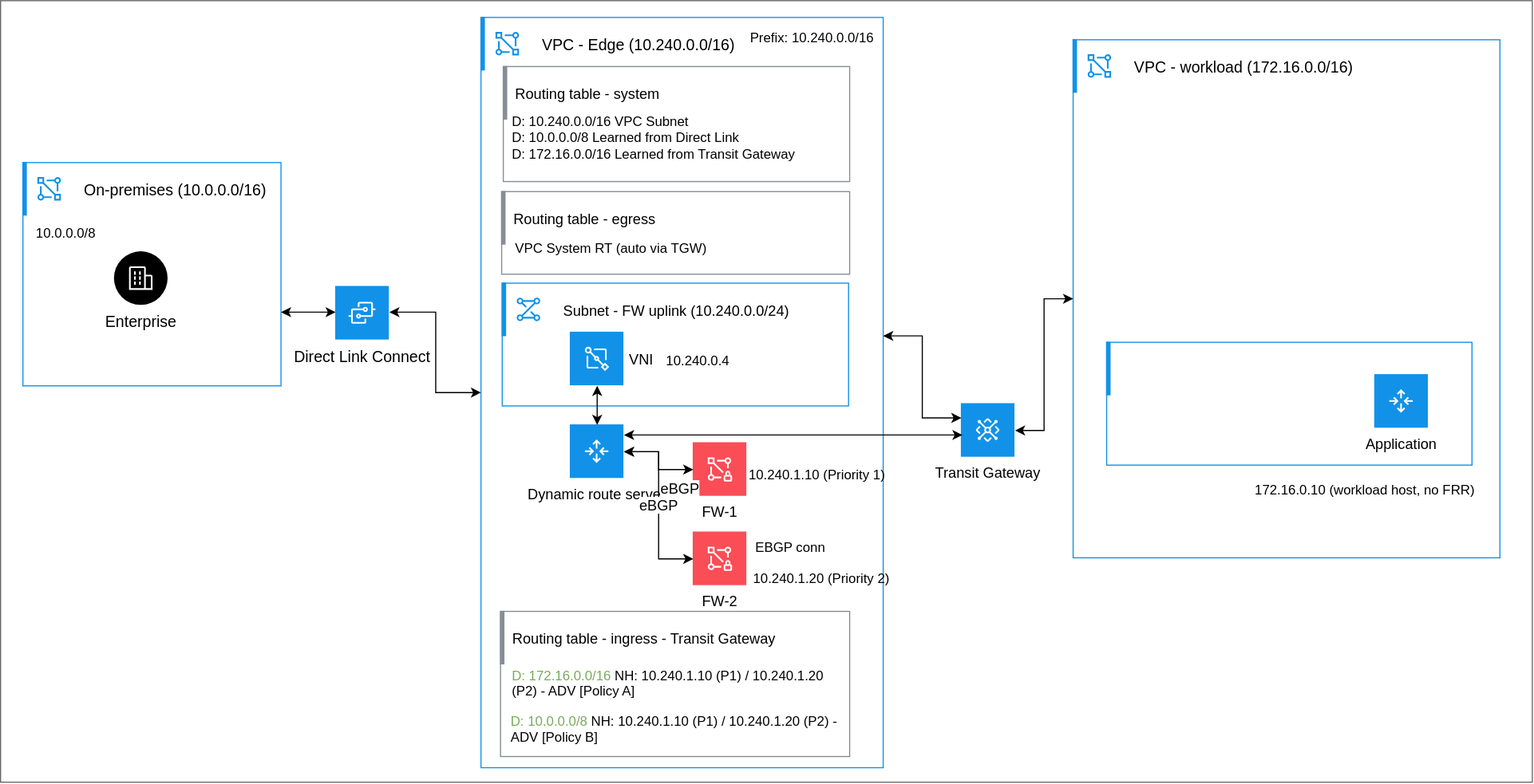
This is images/drs-dual-firewalls-priority-failover.svg from ibm-cloud-docs/vpc, a draw.io export, as it was before one commit. Source tidied: cells renumbered, new cells last; positions are measured from the earlier drawing's top-left corner, leaving out a move shared by most shapes.
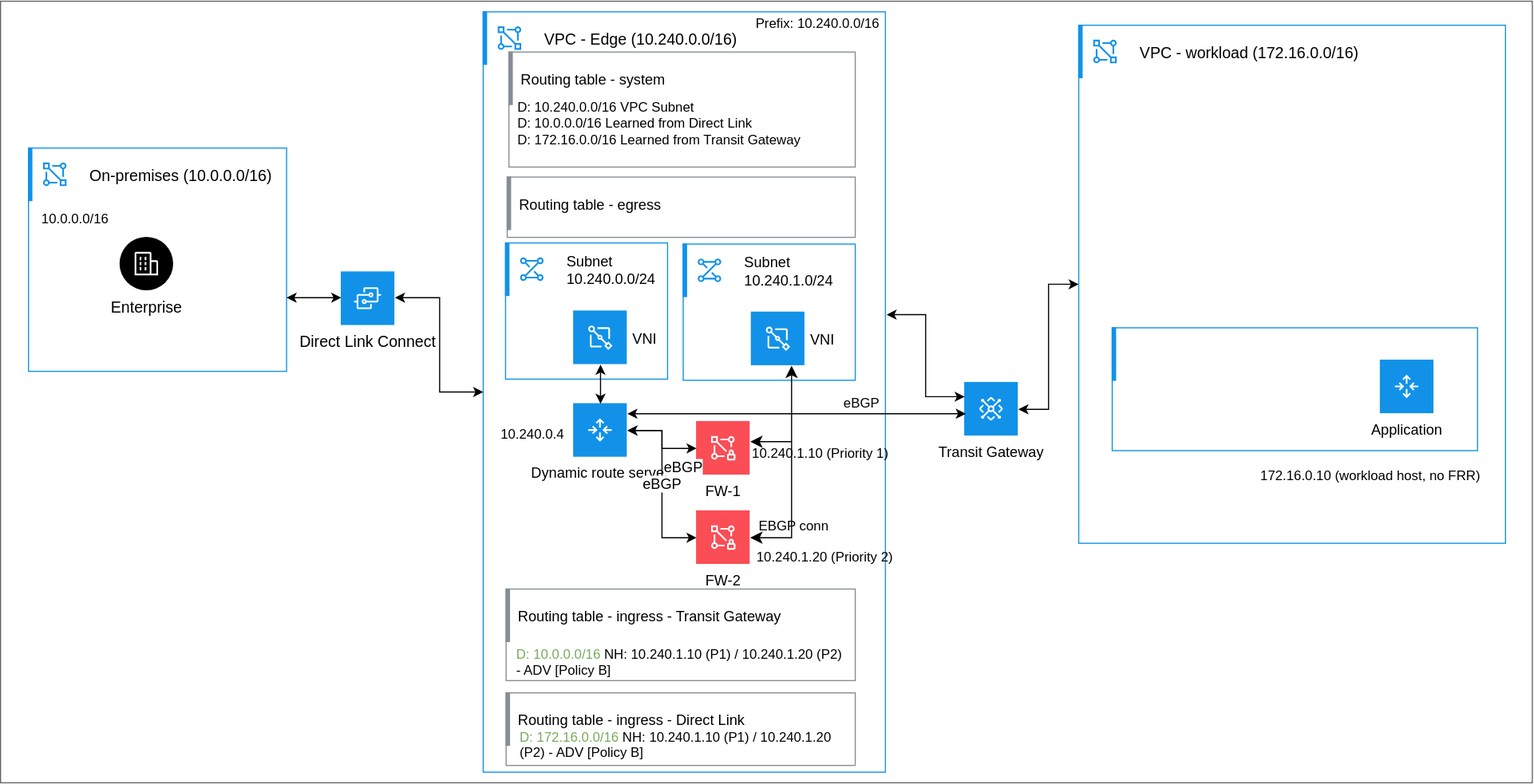
After the commit.

What changed in the source:
```diff
@@ -3,10 +3,10 @@
     <mxCell id="0" />
     <mxCell id="1" parent="0" />
     <mxCell id="2" style="rounded=0;whiteSpace=wrap;html=1;strokeColor=#666666;" parent="1" vertex="1">
-      <mxGeometry width="1371" height="700" as="geometry" />
+      <mxGeometry x="-5" y="13.5" width="1371" height="700" as="geometry" />
     </mxCell>
     <mxCell id="3" style="html=1;whiteSpace=wrap;strokeColor=#1192E8;fillColor=none;strokeWidth=1;" parent="1" vertex="1">
-      <mxGeometry x="430" y="15" width="360" height="672" as="geometry" />
+      <mxGeometry x="427" y="23" width="360" height="681" as="geometry" />
     </mxCell>
     <mxCell id="4" value="VPC - Edge (10.240.0.0/16)" style="shape=rect;fillColor=none;labelPosition=right;verticalLabelPosition=middle;align=left;verticalAlign=middle;strokeColor=none;spacingLeft=5;fontSize=14;" parent="3" vertex="1">
       <mxGeometry width="48" height="48" relative="1" as="geometry" />
@@ -28,22 +28,19 @@
     <mxCell id="9" value="Routing table - system" style="shape=rect;fillColor=#878D96;labelPosition=right;verticalLabelPosition=middle;align=left;verticalAlign=middle;strokeColor=none;spacingLeft=5;fontSize=13;" parent="8" vertex="1">
       <mxGeometry width="4" height="48" relative="1" as="geometry" />
     </mxCell>
-    <mxCell id="10" value="D: 10.240.0.0/16 VPC Subnet&lt;br&gt;D: 10.0.0.0/8 Learned from Direct Link&lt;br&gt;D: 172.16.0.0/16 Learned from Transit Gateway" style="text;html=1;align=left;verticalAlign=top;whiteSpace=wrap;rounded=0;fontSize=12;" parent="1" vertex="1">
+    <mxCell id="10" value="D: 10.240.0.0/16 VPC Subnet&lt;br&gt;D: 10.0.0.0/16 Learned from Direct Link&lt;br&gt;D: 172.16.0.0/16 Learned from Transit Gateway" style="text;html=1;align=left;verticalAlign=top;whiteSpace=wrap;rounded=0;fontSize=12;" parent="1" vertex="1">
       <mxGeometry x="456" y="95" width="295" height="60" as="geometry" />
     </mxCell>
     <mxCell id="11" style="html=1;whiteSpace=wrap;strokeColor=#878D96;fillColor=none;strokeWidth=1;" parent="1" vertex="1">
-      <mxGeometry x="448.5" y="171" width="311.5" height="74" as="geometry" />
+      <mxGeometry x="448.5" y="171" width="311.5" height="54" as="geometry" />
     </mxCell>
     <mxCell id="12" value="Routing table - egress" style="shape=rect;fillColor=#878D96;labelPosition=right;verticalLabelPosition=middle;align=left;verticalAlign=middle;strokeColor=none;spacingLeft=5;fontSize=13;" parent="11" vertex="1">
       <mxGeometry width="4" height="48" relative="1" as="geometry" />
     </mxCell>
-    <mxCell id="13" value="VPC System RT (auto via TGW)" style="text;html=1;align=left;verticalAlign=top;whiteSpace=wrap;rounded=0;fontSize=12;" parent="1" vertex="1">
-      <mxGeometry x="458.5" y="208" width="295" height="20" as="geometry" />
-    </mxCell>
     <mxCell id="14" style="html=1;whiteSpace=wrap;strokeColor=#1192E8;fillColor=none;strokeWidth=1;" parent="1" vertex="1">
-      <mxGeometry x="449" y="253" width="310" height="110" as="geometry" />
+      <mxGeometry x="447" y="230" width="145" height="122" as="geometry" />
     </mxCell>
-    <mxCell id="15" value="Subnet - FW uplink (10.240.0.0/24)" style="shape=rect;fillColor=none;labelPosition=right;verticalLabelPosition=middle;align=left;verticalAlign=middle;strokeColor=none;spacingLeft=5;fontSize=13;" parent="14" vertex="1">
+    <mxCell id="15" value="Subnet &#10;10.240.0.0/24" style="shape=rect;fillColor=none;labelPosition=right;verticalLabelPosition=middle;align=left;verticalAlign=middle;strokeColor=none;spacingLeft=5;fontSize=13;" parent="14" vertex="1">
       <mxGeometry width="48" height="48" relative="1" as="geometry" />
     </mxCell>
     <mxCell id="16" style="fillColor=#1192E8;shape=mxgraph.ibm_cloud.ibm-cloud--subnets;strokeColor=none;dashed=0;html=1;labelPosition=center;verticalLabelPosition=bottom;verticalAlign=top;" parent="15" vertex="1">
@@ -55,7 +52,7 @@
       <mxGeometry width="4" height="48" relative="1" as="geometry" />
     </mxCell>
     <mxCell id="18" value="VNI" style="shape=rect;fillColor=#1192E8;labelPosition=right;verticalLabelPosition=middle;align=left;verticalAlign=middle;strokeColor=none;fontSize=13;spacing=5;" parent="1" vertex="1">
-      <mxGeometry x="510" y="297" width="48" height="48" as="geometry" />
+      <mxGeometry x="508" y="291" width="48" height="48" as="geometry" />
     </mxCell>
     <mxCell id="19" style="fillColor=#ffffff;strokeColor=none;dashed=0;html=1;labelPosition=center;verticalLabelPosition=bottom;verticalAlign=top;shape=mxgraph.ibm_cloud.network-interface;" parent="18" vertex="1">
       <mxGeometry width="24" height="24" relative="1" as="geometry">
@@ -63,10 +60,10 @@
       </mxGeometry>
     </mxCell>
     <mxCell id="20" value="10.240.0.4" style="text;html=1;align=left;verticalAlign=top;whiteSpace=wrap;rounded=0;fontSize=12;" parent="1" vertex="1">
-      <mxGeometry x="594" y="309" width="71" height="20" as="geometry" />
+      <mxGeometry x="441" y="388" width="60" height="20" as="geometry" />
     </mxCell>
     <mxCell id="21" value="Dynamic route server" style="shape=rect;fillColor=#1192E8;labelPosition=center;verticalLabelPosition=bottom;align=center;verticalAlign=top;strokeColor=none;fontSize=13;" parent="1" vertex="1">
-      <mxGeometry x="510" y="380" width="48" height="48" as="geometry" />
+      <mxGeometry x="508" y="374" width="48" height="48" as="geometry" />
     </mxCell>
     <mxCell id="22" style="fillColor=#ffffff;strokeColor=none;dashed=0;html=1;labelPosition=center;verticalLabelPosition=bottom;verticalAlign=top;shape=mxgraph.ibm_cloud.router;" parent="21" vertex="1">
       <mxGeometry width="24" height="24" relative="1" as="geometry">
@@ -77,7 +74,7 @@
       <mxGeometry relative="1" as="geometry" />
     </mxCell>
     <mxCell id="24" value="FW-1" style="shape=rect;fillColor=#FA4D56;labelPosition=center;verticalLabelPosition=bottom;align=center;verticalAlign=top;strokeColor=none;fontSize=13;" parent="1" vertex="1">
-      <mxGeometry x="620" y="396" width="48" height="48" as="geometry" />
+      <mxGeometry x="618" y="390" width="48" height="48" as="geometry" />
     </mxCell>
     <mxCell id="25" style="fillColor=#ffffff;strokeColor=none;dashed=0;html=1;labelPosition=center;verticalLabelPosition=bottom;verticalAlign=top;shape=mxgraph.ibm_cloud.ibm--vpn-for-vpc;" parent="24" vertex="1">
       <mxGeometry width="24" height="24" relative="1" as="geometry">
@@ -85,25 +82,22 @@
       </mxGeometry>
     </mxCell>
     <mxCell id="26" value="10.240.1.10 (Priority 1)" style="text;html=1;align=left;verticalAlign=top;whiteSpace=wrap;rounded=0;fontSize=12;" parent="1" vertex="1">
-      <mxGeometry x="668" y="411" width="133" height="20" as="geometry" />
+      <mxGeometry x="666" y="405" width="133" height="20" as="geometry" />
     </mxCell>
     <mxCell id="27" value="eBGP" style="html=1;labelBackgroundColor=#ffffff;jettySize=auto;fontSize=13;rounded=0;jumpStyle=gap;edgeStyle=orthogonalEdgeStyle;startArrow=classic;endArrow=classic;strokeWidth=1;startFill=1;endFill=1;sourcePerimeterSpacing=3;targetPerimeterSpacing=3;exitX=1;exitY=0.5;exitDx=0;exitDy=0;entryX=0;entryY=0.5;entryDx=0;entryDy=0;" parent="1" edge="1" source="21" target="24">
       <mxGeometry x="0.69" y="-17" relative="1" as="geometry" />
     </mxCell>
     <mxCell id="28" style="html=1;whiteSpace=wrap;strokeColor=#878D96;fillColor=none;strokeWidth=1;" parent="1" vertex="1">
-      <mxGeometry x="447.5" y="547" width="312.5" height="130" as="geometry" />
+      <mxGeometry x="447.5" y="540" width="312.5" height="82" as="geometry" />
     </mxCell>
     <mxCell id="29" value="Routing table - ingress - Transit Gateway" style="shape=rect;fillColor=#878D96;labelPosition=right;verticalLabelPosition=middle;align=left;verticalAlign=middle;strokeColor=none;spacingLeft=5;fontSize=13;" parent="28" vertex="1">
       <mxGeometry width="4" height="48" relative="1" as="geometry" />
     </mxCell>
-    <mxCell id="30" value="&lt;span style=&quot;color: rgb(119, 171, 91);&quot;&gt;D: 172.16.0.0/16&lt;/span&gt; NH: 10.240.1.10 (P1) / 10.240.1.20 (P2) - ADV [Policy A]" style="text;html=1;align=left;verticalAlign=top;whiteSpace=wrap;rounded=0;fontSize=12;" parent="1" vertex="1">
-      <mxGeometry x="456" y="591" width="295" height="36" as="geometry" />
-    </mxCell>
-    <mxCell id="31" value="&lt;span style=&quot;color: rgb(119, 171, 91);&quot;&gt;D: 10.0.0.0/8&lt;/span&gt; NH: 10.240.1.10 (P1) / 10.240.1.20 (P2) - ADV [Policy B]" style="text;html=1;align=left;verticalAlign=top;whiteSpace=wrap;rounded=0;fontSize=12;" parent="1" vertex="1">
-      <mxGeometry x="455" y="632" width="295" height="39" as="geometry" />
+    <mxCell id="31" value="&lt;span style=&quot;color: rgb(119, 171, 91);&quot;&gt;D: 10.0.0.0/16&lt;/span&gt;&amp;nbsp;NH: 10.240.1.10 (P1) / 10.240.1.20 (P2) - ADV [Policy B]" style="text;html=1;align=left;verticalAlign=top;whiteSpace=wrap;rounded=0;fontSize=12;" parent="1" vertex="1">
+      <mxGeometry x="455" y="585" width="295" height="39" as="geometry" />
     </mxCell>
     <mxCell id="32" value="Transit Gateway" style="shape=rect;fillColor=#1192E8;labelPosition=center;verticalLabelPosition=bottom;align=center;verticalAlign=top;strokeColor=none;fontSize=13;" parent="1" vertex="1">
-      <mxGeometry x="860" y="361" width="48" height="48" as="geometry" />
+      <mxGeometry x="858" y="355" width="48" height="48" as="geometry" />
     </mxCell>
     <mxCell id="33" style="fillColor=#ffffff;strokeColor=none;dashed=0;html=1;labelPosition=center;verticalLabelPosition=bottom;verticalAlign=top;shape=mxgraph.ibm_cloud.ibm-cloud--transit-gateway;" parent="32" vertex="1">
       <mxGeometry width="24" height="24" relative="1" as="geometry">
@@ -112,11 +106,11 @@
     </mxCell>
     <mxCell id="34" style="html=1;labelBackgroundColor=#ffffff;jettySize=auto;orthogonalLoop=1;fontSize=13;rounded=0;jumpStyle=gap;edgeStyle=orthogonalEdgeStyle;startArrow=classic;endArrow=classic;strokeWidth=1;startFill=1;endFill=1;sourcePerimeterSpacing=3;targetPerimeterSpacing=3;exitX=1;exitY=0.5;exitDx=0;exitDy=0;entryX=0;entryY=0.5;entryDx=0;entryDy=0;" parent="1" edge="1">
       <mxGeometry relative="1" as="geometry">
-        <mxPoint x="790" y="300.2" as="sourcePoint" />
-        <mxPoint x="860" y="373.7" as="targetPoint" />
+        <mxPoint x="788" y="294.2" as="sourcePoint" />
+        <mxPoint x="858" y="367.7" as="targetPoint" />
         <Array as="points">
-          <mxPoint x="825" y="300.2" />
-          <mxPoint x="825" y="373.7" />
+          <mxPoint x="823" y="294.2" />
+          <mxPoint x="823" y="367.7" />
         </Array>
       </mxGeometry>
     </mxCell>
@@ -173,7 +167,7 @@
     <mxCell id="49" style="shape=rect;fillColor=#1192E8;labelPosition=right;verticalLabelPosition=middle;align=left;verticalAlign=middle;strokeColor=none;spacingLeft=5;fontSize=14;" parent="46" vertex="1">
       <mxGeometry width="4" height="48" relative="1" as="geometry" />
     </mxCell>
-    <mxCell id="50" value="10.0.0.0/8" style="text;html=1;align=left;verticalAlign=top;whiteSpace=wrap;rounded=0;fontSize=12;" parent="1" vertex="1">
+    <mxCell id="50" value="10.0.0.0/16" style="text;html=1;align=left;verticalAlign=top;whiteSpace=wrap;rounded=0;fontSize=12;" parent="1" vertex="1">
       <mxGeometry x="30" y="195" width="60" height="20" as="geometry" />
     </mxCell>
     <mxCell id="51" style="html=1;labelBackgroundColor=#ffffff;jettySize=auto;orthogonalLoop=1;fontSize=13;rounded=0;jumpStyle=gap;edgeStyle=orthogonalEdgeStyle;startArrow=classic;endArrow=classic;strokeWidth=1;startFill=1;endFill=1;sourcePerimeterSpacing=3;targetPerimeterSpacing=3;entryX=0;entryY=0.5;entryDx=0;entryDy=0;" parent="1" edge="1">
@@ -183,10 +177,10 @@
       </mxGeometry>
     </mxCell>
     <mxCell id="52" value="EBGP conn" style="text;html=1;align=left;verticalAlign=top;whiteSpace=wrap;rounded=0;fontSize=12;" parent="1" vertex="1">
-      <mxGeometry x="674" y="476" width="100" height="20" as="geometry" />
+      <mxGeometry x="672" y="470" width="100" height="20" as="geometry" />
     </mxCell>
     <mxCell id="53" value="FW-2" style="shape=rect;fillColor=#FA4D56;labelPosition=center;verticalLabelPosition=bottom;align=center;verticalAlign=top;strokeColor=none;fontSize=13;" parent="1" vertex="1">
-      <mxGeometry x="620" y="476" width="48" height="48" as="geometry" />
+      <mxGeometry x="618" y="470" width="48" height="48" as="geometry" />
     </mxCell>
     <mxCell id="54" style="fillColor=#ffffff;strokeColor=none;dashed=0;html=1;labelPosition=center;verticalLabelPosition=bottom;verticalAlign=top;shape=mxgraph.ibm_cloud.ibm--vpn-for-vpc;" parent="53" vertex="1">
       <mxGeometry width="24" height="24" relative="1" as="geometry">
@@ -194,7 +188,7 @@
       </mxGeometry>
     </mxCell>
     <mxCell id="55" value="10.240.1.20 (Priority 2)" style="text;html=1;align=left;verticalAlign=top;whiteSpace=wrap;rounded=0;fontSize=12;" parent="1" vertex="1">
-      <mxGeometry x="672" y="504" width="129" height="20" as="geometry" />
+      <mxGeometry x="670" y="498" width="129" height="20" as="geometry" />
     </mxCell>
     <mxCell id="56" value="eBGP" style="html=1;labelBackgroundColor=#ffffff;jettySize=auto;fontSize=13;rounded=0;jumpStyle=gap;edgeStyle=orthogonalEdgeStyle;startArrow=classic;endArrow=classic;strokeWidth=1;startFill=1;endFill=1;sourcePerimeterSpacing=3;targetPerimeterSpacing=3;exitX=1;exitY=0.5;exitDx=0;exitDy=0;entryX=0;entryY=0.5;entryDx=0;entryDy=0;" parent="1" edge="1" source="21" target="53">
       <mxGeometry relative="1" as="geometry" />
@@ -209,8 +203,8 @@
     </mxCell>
     <mxCell id="59" style="endArrow=classic;startArrow=classic;html=1;rounded=0;" parent="1" edge="1">
       <mxGeometry relative="1" as="geometry">
-        <mxPoint x="558" y="389" as="sourcePoint" />
-        <mxPoint x="861" y="389" as="targetPoint" />
+        <mxPoint x="556" y="383" as="sourcePoint" />
+        <mxPoint x="859" y="383" as="targetPoint" />
       </mxGeometry>
     </mxCell>
     <mxCell id="60" value="Direct Link Connect" style="shape=rect;fillColor=#1192E8;labelPosition=center;verticalLabelPosition=bottom;align=center;verticalAlign=top;strokeColor=none;fontSize=14;" parent="1" vertex="1">
@@ -221,5 +215,50 @@
         <mxPoint x="12" y="12" as="offset" />
       </mxGeometry>
     </mxCell>
+    <mxCell id="62" style="html=1;whiteSpace=wrap;strokeColor=#878D96;fillColor=none;strokeWidth=1;" parent="1" vertex="1">
+      <mxGeometry x="447.5" y="633" width="312.5" height="65" as="geometry" />
+    </mxCell>
+    <mxCell id="63" value="Routing table - ingress - Direct Link" style="shape=rect;fillColor=#878D96;labelPosition=right;verticalLabelPosition=middle;align=left;verticalAlign=middle;strokeColor=none;spacingLeft=5;fontSize=13;" parent="62" vertex="1">
+      <mxGeometry width="4" height="48" relative="1" as="geometry" />
+    </mxCell>
+    <mxCell id="64" value="&lt;span style=&quot;color: rgb(119, 171, 91);&quot;&gt;D: 172.16.0.0/16&lt;/span&gt;&amp;nbsp;NH: 10.240.1.10 (P1) / 10.240.1.20 (P2) - ADV [Policy B]" style="text;html=1;align=left;verticalAlign=top;whiteSpace=wrap;rounded=0;fontSize=12;" parent="1" vertex="1">
+      <mxGeometry x="457.5" y="659" width="295" height="39" as="geometry" />
+    </mxCell>
+    <mxCell id="65" value="eBGP" style="text;html=1;align=right;verticalAlign=top;whiteSpace=wrap;rounded=0;" parent="1" vertex="1">
+      <mxGeometry x="749" y="360" width="35" height="20" as="geometry" />
+    </mxCell>
+    <mxCell id="66" style="html=1;whiteSpace=wrap;strokeColor=#1192E8;fillColor=none;strokeWidth=1;" parent="1" vertex="1">
+      <mxGeometry x="606" y="231" width="154" height="122" as="geometry" />
+    </mxCell>
+    <mxCell id="67" value="Subnet &#10;10.240.1.0/24" style="shape=rect;fillColor=none;labelPosition=right;verticalLabelPosition=middle;align=left;verticalAlign=middle;strokeColor=none;spacingLeft=5;fontSize=13;" parent="66" vertex="1">
+      <mxGeometry width="48" height="48" relative="1" as="geometry" />
+    </mxCell>
+    <mxCell id="68" style="fillColor=#1192E8;shape=mxgraph.ibm_cloud.ibm-cloud--subnets;strokeColor=none;dashed=0;html=1;labelPosition=center;verticalLabelPosition=bottom;verticalAlign=top;" parent="67" vertex="1">
+      <mxGeometry width="24" height="24" relative="1" as="geometry">
+        <mxPoint x="12" y="12" as="offset" />
+      </mxGeometry>
+    </mxCell>
+    <mxCell id="69" style="shape=rect;fillColor=#1192E8;labelPosition=right;verticalLabelPosition=middle;align=left;verticalAlign=middle;strokeColor=none;spacingLeft=5;fontSize=13;" parent="66" vertex="1">
+      <mxGeometry width="4" height="48" relative="1" as="geometry" />
+    </mxCell>
+    <mxCell id="70" value="VNI" style="shape=rect;fillColor=#1192E8;labelPosition=right;verticalLabelPosition=middle;align=left;verticalAlign=middle;strokeColor=none;fontSize=13;spacing=5;" parent="1" vertex="1">
+      <mxGeometry x="667" y="292" width="48" height="48" as="geometry" />
+    </mxCell>
+    <mxCell id="71" style="fillColor=#ffffff;strokeColor=none;dashed=0;html=1;labelPosition=center;verticalLabelPosition=bottom;verticalAlign=top;shape=mxgraph.ibm_cloud.network-interface;" parent="70" vertex="1">
+      <mxGeometry width="24" height="24" relative="1" as="geometry">
+        <mxPoint x="12" y="12" as="offset" />
+      </mxGeometry>
+    </mxCell>
+    <mxCell id="72" style="edgeStyle=segmentEdgeStyle;endArrow=classic;html=1;curved=0;rounded=0;endSize=8;startSize=8;defaultLabelBackgroundColor=page;entryX=0.75;entryY=1;entryDx=0;entryDy=0;startArrow=classic;startFill=1;" parent="1" edge="1" target="70">
+      <mxGeometry x="0.01" relative="1" as="geometry">
+        <mxPoint x="666" y="408" as="sourcePoint" />
+      </mxGeometry>
+    </mxCell>
+    <mxCell id="73" style="edgeStyle=segmentEdgeStyle;endArrow=none;html=1;curved=0;rounded=0;endSize=8;startSize=8;defaultLabelBackgroundColor=page;entryX=0.75;entryY=1;entryDx=0;entryDy=0;startArrow=classic;startFill=1;endFill=0;" parent="1" edge="1">
+      <mxGeometry x="0.01" relative="1" as="geometry">
+        <mxPoint x="666" y="494" as="sourcePoint" />
+        <mxPoint x="703" y="408" as="targetPoint" />
+      </mxGeometry>
+    </mxCell>
   </root>
 </mxGraphModel>
```
